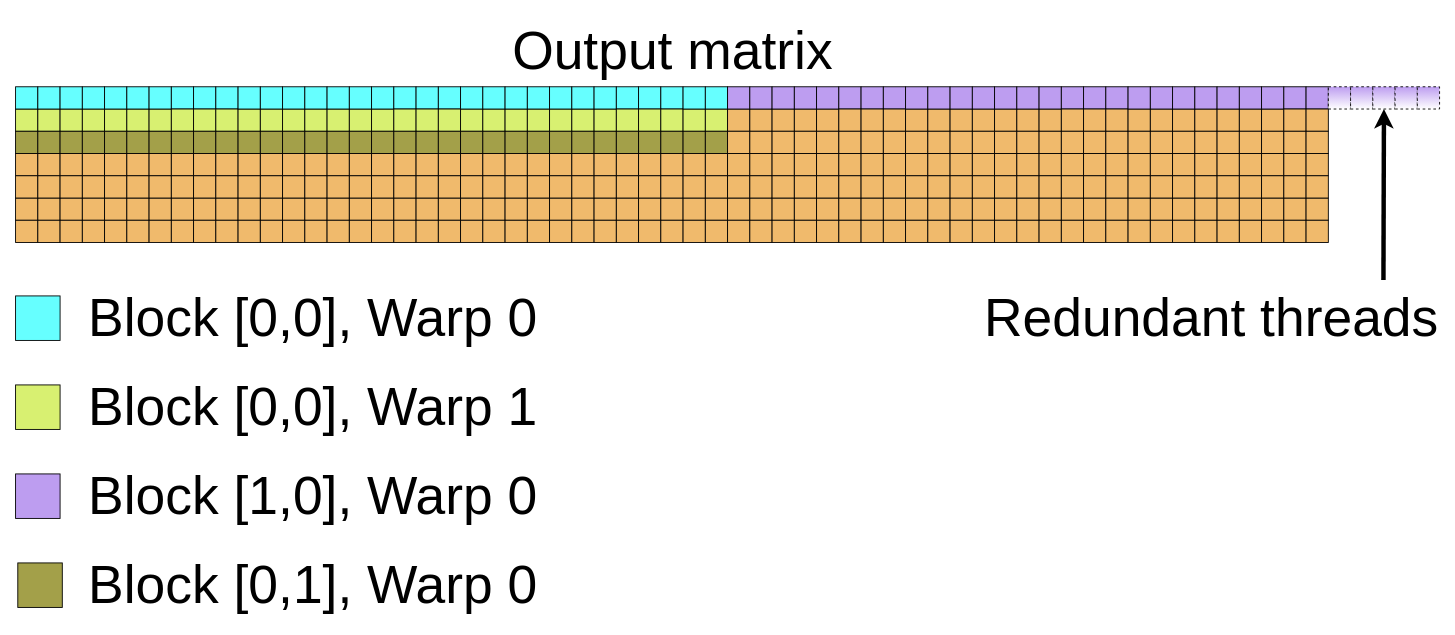
The draw.io diagram page "WarpShuffleWarps" (7 of 29) of en/img/overlap.drawio in MK4H/DPText, before the edit. Source tidied: cells renumbered, new cells numbered last; positions are measured from the earlier drawing's top-left corner, leaving out a move shared by most shapes. Both pictures are drawn from the tidied source at 89%, with x=0, y=0 at pixel (15, 15).
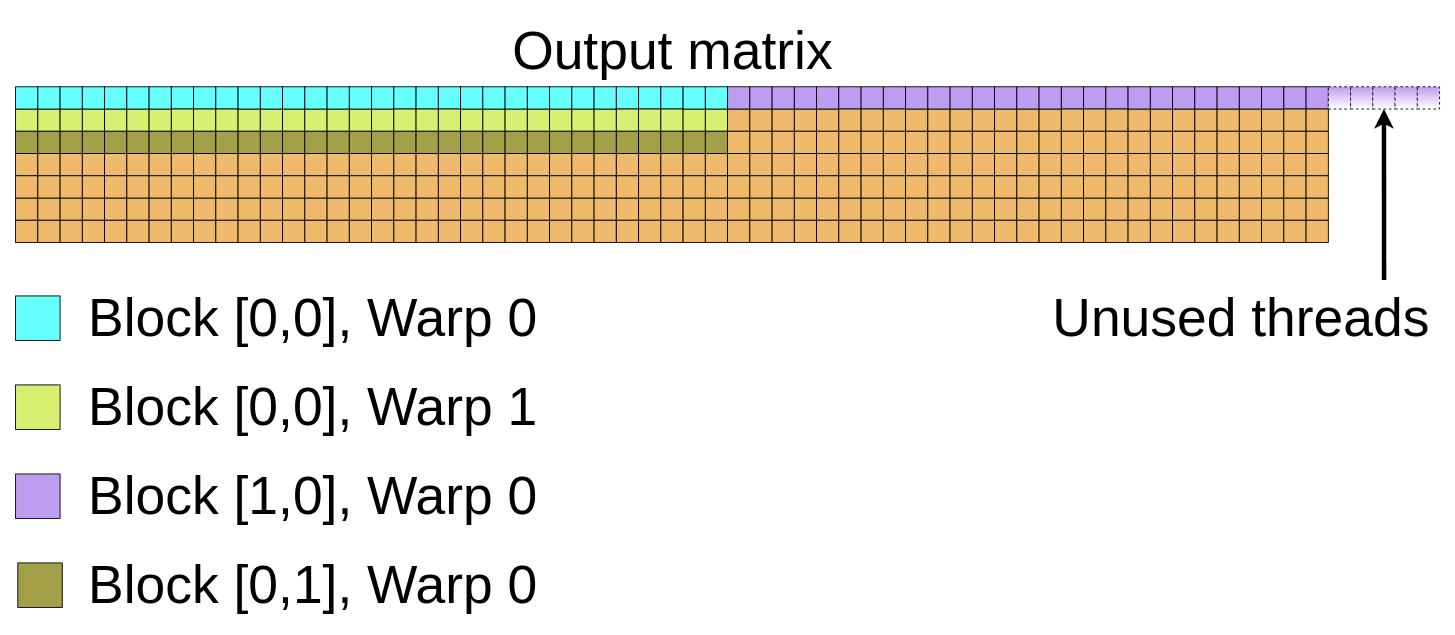
The same diagram, later.

Diff of the diagram source:
```diff
@@
-    <mxCell id="429" value="Redundant threads" style="text;html=1;align=right;verticalAlign=middle;points=[];strokeColor=none;fillColor=none;fontSize=60;" parent="1" vertex="1">
-      <mxGeometry x="1070" y="300" width="530" height="80" as="geometry" />
+    <mxCell id="429" value="Unused threads" style="text;html=1;align=right;verticalAlign=middle;points=[];strokeColor=none;fillColor=none;fontSize=60;" parent="1" vertex="1">
+      <mxGeometry x="1150" y="300" width="440" height="80" as="geometry" />
     </mxCell>
```
